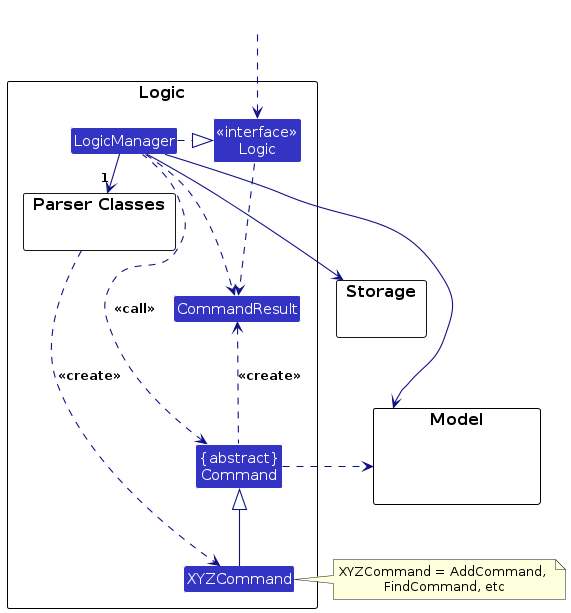
Earlier version of the PlantUML export diagrams/LogicClassDiagram.png (AY2627S1-CS2103T-F13-2/tp). Its source is kept beside it as diagrams/LogicClassDiagram.puml.
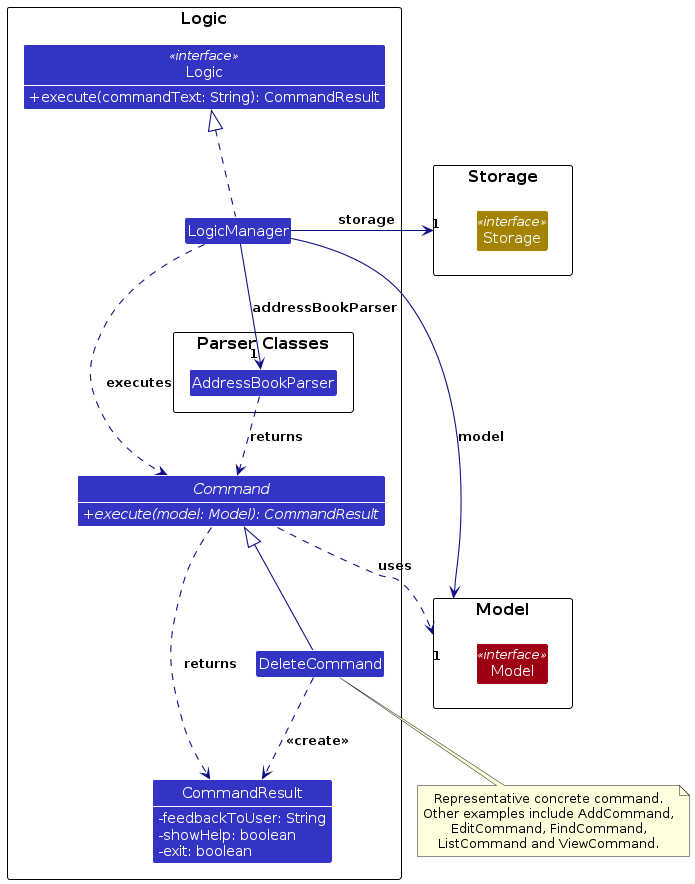
After the commit.

Diff of the diagram source:
```diff
@@ -3,45 +3,56 @@
 skinparam arrowThickness 1.1
 skinparam arrowColor LOGIC_COLOR_T4
 skinparam classBackgroundColor LOGIC_COLOR
+skinparam classAttributeIconSize 0
+skinparam classAttributeFontColor #FFFFFF
 
 package Logic as LogicPackage {
+class Logic <<interface>> {
+    + execute(commandText: String): CommandResult
+}
+class LogicManager
+abstract class Command {
+    {abstract} + execute(model: Model): CommandResult
+}
+class DeleteCommand
+class CommandResult {
+    - feedbackToUser: String
+    - showHelp: boolean
+    - exit: boolean
+}
 
-package "Parser Classes" as ParserClasses{
+package "Parser Classes" {
+class AddressBookParser
 }
-Class XYZCommand
-Class CommandResult
-Class "{abstract}\nCommand" as Command
-
-
-Class "<<interface>>\nLogic" as Logic
-Class LogicManager
 }
 
 package Model {
-Class HiddenModel #FFFFFF
+class Model <<interface>> MODEL_COLOR
 }
 
 package Storage {
+class Storage <<interface>> STORAGE_COLOR
 }
 
-Class HiddenOutside #FFFFFF
-HiddenOutside ..> Logic
+show Logic methods
+show Command methods
+show CommandResult fields
 
-LogicManager .right.|> Logic
-LogicManager -right->"1" ParserClasses
-ParserClasses ..> XYZCommand : <<create>>
+LogicManager .up.|> Logic
+LogicManager -left-> "1" Model : model
+LogicManager -right-> "1" Storage : storage
+LogicManager -down-> "1" AddressBookParser : addressBookParser
+LogicManager ..> Command : executes
+AddressBookParser ..> Command : returns
+DeleteCommand -up-|> Command
+Command ..> Model : uses
+Command .right.> CommandResult : returns
+DeleteCommand ..> CommandResult : <<create>>
 
-XYZCommand -up-|> Command
-LogicManager .left.> Command : <<call>>
-
-LogicManager --> Model
-LogicManager --> Storage
-Storage --[hidden] Model
-Command .[hidden]up.> Storage
-Command .right.> Model
-note right of XYZCommand: XYZCommand = AddCommand, \nFindCommand, etc
-
-Logic ..> CommandResult
-LogicManager .down.> CommandResult
-Command .up.> CommandResult : <<create>>
+note bottom of DeleteCommand
+  Representative concrete command.
+  Other examples include AddCommand,
+  EditCommand, FindCommand,
+  ListCommand and ViewCommand.
+end note
 @enduml
```
